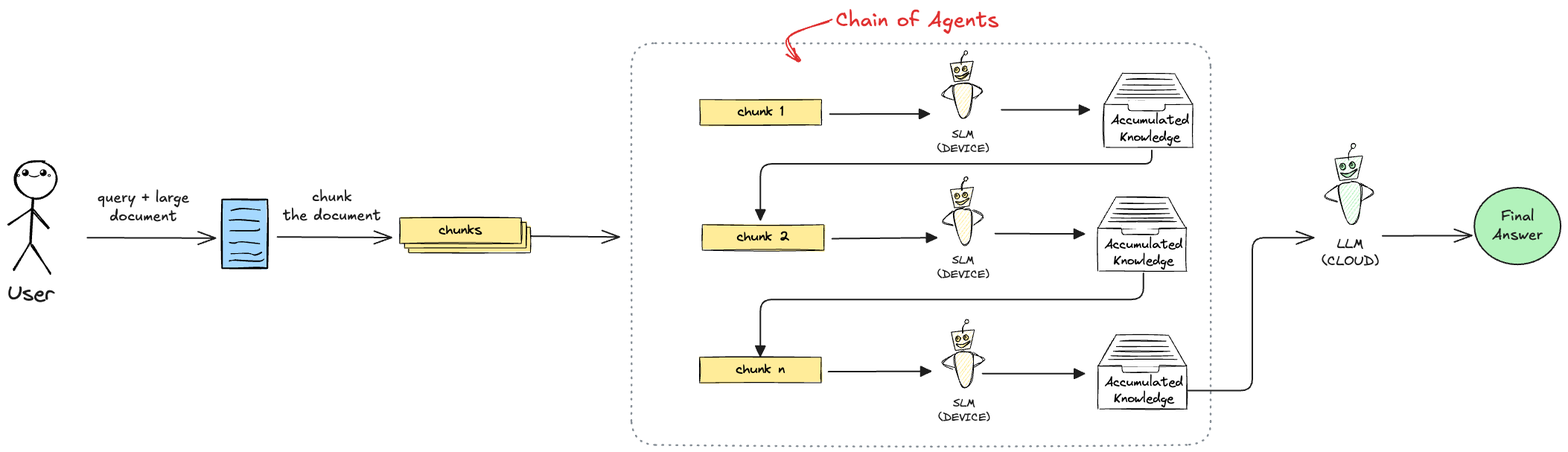
The Excalidraw diagram azurebootcamp-2026/graphics/04-coa.excalidraw.png in filipw/filipw.github.io, before a commit. Source tidied: one line per element, renumbered; positions are measured from the earlier drawing's top-left corner, leaving out a move shared by most shapes.
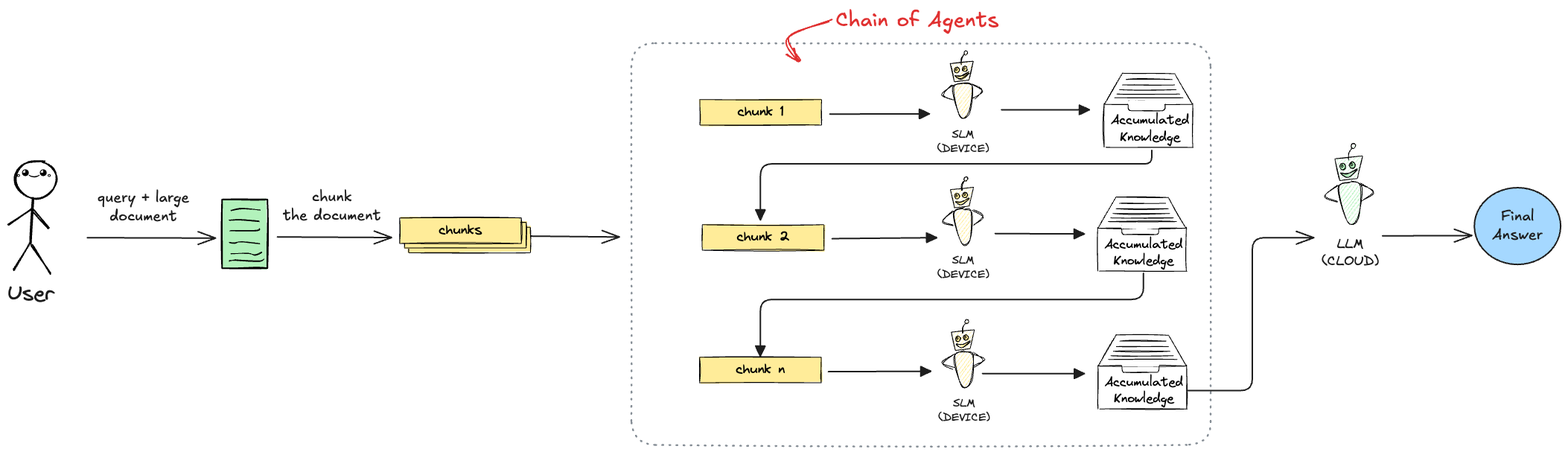
The same file after the commit.

Change to the diagram source:
```diff
@@ -1,10 +1,10 @@
-{"id": 0, "type": "rectangle", "strokeColor": "#000000", "backgroundColor": "#a5d8ff", "fillStyle": "solid", "strokeWidth": 2, "roughness": 1, "x": 288, "y": 258, "width": 61, "height": 92}
+{"id": 0, "type": "rectangle", "strokeColor": "#000000", "backgroundColor": "#b2f2bb", "fillStyle": "solid", "strokeWidth": 2, "roughness": 1, "x": 288, "y": 258, "width": 61, "height": 92}
-{"id": 1, "type": "line", "strokeColor": "#000000", "backgroundColor": "#a5d8ff", "fillStyle": "solid", "strokeWidth": 1, "roughness": 1, "round": true, "x": 299, "y": 300, "width": 40, "height": 3, "points": [[0, 0], [35, 0], [40, -3]]}
+{"id": 1, "type": "line", "strokeColor": "#000000", "backgroundColor": "#b2f2bb", "fillStyle": "solid", "strokeWidth": 1, "roughness": 1, "round": true, "x": 299, "y": 300, "width": 40, "height": 3, "points": [[0, 0], [35, 0], [40, -3]]}
-{"id": 2, "type": "line", "strokeColor": "#000000", "backgroundColor": "#a5d8ff", "fillStyle": "solid", "strokeWidth": 1, "roughness": 1, "round": true, "x": 300, "y": 273, "width": 39, "height": 2, "points": [[0, 0], [14, -2], [39, 0]]}
+{"id": 2, "type": "line", "strokeColor": "#000000", "backgroundColor": "#b2f2bb", "fillStyle": "solid", "strokeWidth": 1, "roughness": 1, "round": true, "x": 300, "y": 273, "width": 39, "height": 2, "points": [[0, 0], [14, -2], [39, 0]]}
-{"id": 3, "type": "line", "strokeColor": "#000000", "backgroundColor": "#a5d8ff", "fillStyle": "solid", "strokeWidth": 1, "roughness": 1, "round": true, "x": 300, "y": 331, "width": 42, "height": 4, "points": [[0, 0], [23, 0], [32, 2], [42, -2]]}
+{"id": 3, "type": "line", "strokeColor": "#000000", "backgroundColor": "#b2f2bb", "fillStyle": "solid", "strokeWidth": 1, "roughness": 1, "round": true, "x": 300, "y": 331, "width": 42, "height": 4, "points": [[0, 0], [23, 0], [32, 2], [42, -2]]}
-{"id": 4, "type": "line", "strokeColor": "#000000", "backgroundColor": "#a5d8ff", "fillStyle": "solid", "strokeWidth": 1, "roughness": 1, "round": true, "x": 297, "y": 340, "width": 47, "height": 3, "points": [[0, 0], [9, -1], [14, -1], [40, 1], [47, -2]]}
+{"id": 4, "type": "line", "strokeColor": "#000000", "backgroundColor": "#b2f2bb", "fillStyle": "solid", "strokeWidth": 1, "roughness": 1, "round": true, "x": 297, "y": 340, "width": 47, "height": 3, "points": [[0, 0], [9, -1], [14, -1], [40, 1], [47, -2]]}
-{"id": 5, "type": "line", "strokeColor": "#000000", "backgroundColor": "#a5d8ff", "fillStyle": "solid", "strokeWidth": 1, "roughness": 1, "round": true, "x": 298, "y": 286, "width": 40, "height": 2, "points": [[0, 0], [16, -1], [40, 2]]}
+{"id": 5, "type": "line", "strokeColor": "#000000", "backgroundColor": "#b2f2bb", "fillStyle": "solid", "strokeWidth": 1, "roughness": 1, "round": true, "x": 298, "y": 286, "width": 40, "height": 2, "points": [[0, 0], [16, -1], [40, 2]]}
-{"id": 6, "type": "line", "strokeColor": "#000000", "backgroundColor": "#a5d8ff", "fillStyle": "solid", "strokeWidth": 1, "roughness": 1, "round": true, "x": 298, "y": 315, "width": 40, "height": 2, "points": [[0, 0], [7, 1], [16, -1], [40, 2]]}
+{"id": 6, "type": "line", "strokeColor": "#000000", "backgroundColor": "#b2f2bb", "fillStyle": "solid", "strokeWidth": 1, "roughness": 1, "round": true, "x": 298, "y": 315, "width": 40, "height": 2, "points": [[0, 0], [7, 1], [16, -1], [40, 2]]}
 {"id": 7, "type": "arrow", "strokeColor": "#1e1e1e", "strokeWidth": 2, "roughness": 0, "endArrowhead": "arrow", "round": true, "to": 0, "x": 107, "y": 309, "width": 172, "height": 1, "points": [[0, 0], [172, 1]]}
 {"id": 8, "type": "rectangle", "strokeColor": "#000000", "backgroundColor": "#ffec99", "fillStyle": "solid", "strokeWidth": 1, "roughness": 1, "x": 930, "y": 124, "width": 163, "height": 34}
 {"id": 9, "type": "text", "text": "chunk 1", "strokeColor": "#000000", "backgroundColor": "#ffec99", "fillStyle": "solid", "strokeWidth": 1, "roughness": 1, "fontSize": 19.01, "fontFamily": 1, "textAlign": "center", "x": 980, "y": 127, "width": 63, "height": 25}
@@ -128,7 +128,7 @@
 {"id": 127, "type": "arrow", "strokeColor": "#1e1e1e", "strokeWidth": 2, "roughness": 0, "endArrowhead": "triangle", "round": true, "x": 1103, "y": 489, "width": 138, "height": 0, "points": [[0, 0], [138, 0]]}
 {"id": 128, "type": "arrow", "strokeColor": "#1e1e1e", "strokeWidth": 2, "roughness": 0, "endArrowhead": "triangle", "round": true, "x": 1310, "y": 492, "width": 137, "height": 0, "points": [[0, 0], [137, 0]]}
 {"id": 129, "type": "arrow", "strokeColor": "#1e1e1e", "backgroundColor": "#b2f2bb", "fillStyle": "solid", "strokeWidth": 2, "roughness": 0, "endArrowhead": "arrow", "from": 114, "to": 126, "x": 1584, "y": 515, "width": 171, "height": 205, "points": [[0, 0], [88, 0], [88, -205], [171, -205]]}
-{"id": 130, "type": "ellipse", "strokeColor": "#1e1e1e", "backgroundColor": "#b2f2bb", "fillStyle": "solid", "strokeWidth": 2, "roughness": 0, "round": true, "x": 1970, "y": 242, "width": 116, "height": 103}
+{"id": 130, "type": "ellipse", "strokeColor": "#1e1e1e", "backgroundColor": "#a5d8ff", "fillStyle": "solid", "strokeWidth": 2, "roughness": 0, "round": true, "x": 1970, "y": 242, "width": 116, "height": 103}
 {"id": 131, "type": "text", "text": "Final\nAnswer", "strokeColor": "#1e1e1e", "backgroundColor": "#b2f2bb", "fillStyle": "solid", "strokeWidth": 2, "roughness": 0, "fontSize": 20, "fontFamily": 5, "textAlign": "center", "verticalAlign": "middle", "inside": 130, "x": 1994, "y": 269, "width": 68, "height": 50}
 {"id": 132, "type": "arrow", "strokeColor": "#1e1e1e", "backgroundColor": "#b2f2bb", "fillStyle": "solid", "strokeWidth": 2, "roughness": 0, "endArrowhead": "arrow", "from": 126, "to": 130, "x": 1847, "y": 307, "width": 120, "height": 0, "points": [[0, 0], [120, 0]]}
 {"id": 133, "type": "text", "text": "Chain of Agents", "strokeColor": "#e03131", "backgroundColor": "#ffec99", "fillStyle": "solid", "strokeWidth": 2, "roughness": 0, "fontSize": 28, "fontFamily": 5, "textAlign": "center", "x": 1112, "y": 0, "width": 219, "height": 35}
```
